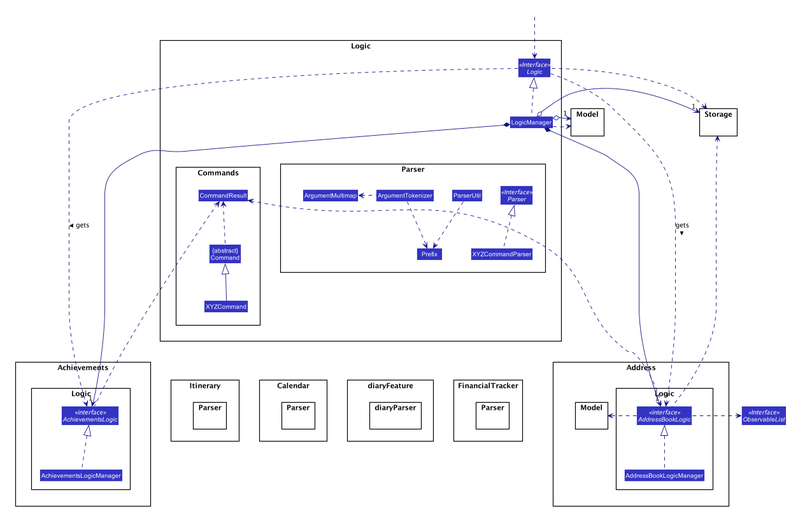
The PlantUML diagram images/BetterLogicClassDiagram.png in AY1920S1-CS2103T-T17-2/main, before a commit. Its diagram source:
```plantuml
@startuml








skinparam BackgroundColor #FFFFFFF

skinparam Shadowing false

skinparam Class {
    FontColor #FFFFFF
    BorderThickness 1
    BorderColor #FFFFFF
    StereotypeFontColor #FFFFFF
    FontName Arial
}

skinparam Actor {
    BorderColor #000000
    Color #000000
    FontName Arial
}

skinparam Sequence {
    MessageAlign center
    BoxFontSize 15
    BoxPadding 0
    BoxFontColor #FFFFFF
    FontName Arial
}

skinparam Participant {
    FontColor #FFFFFFF
    Padding 20
}

skinparam MinClassWidth 50
skinparam ParticipantPadding 10
skinparam Shadowing false
skinparam DefaultTextAlignment center
skinparam packageStyle Rectangle

hide footbox
hide members
hide circle
skinparam arrowThickness 1.1
skinparam arrowColor #101086
skinparam classBackgroundColor #3333C4

namespace Logic {
Interface Logic <<Interface>>
Class LogicManager
namespace Commands {
Class CommandResult
Class "{abstract}\nCommand" as Command
Class XYZCommand
}
namespace Parser {
Interface Parser <<Interface>>
Class ArgumentMultimap
Class ArgumentTokenizer
Class ParserUtil
Class Prefix
Class XYZCommandParser
}
}

namespace Storage {
}

namespace Model {
}


namespace Achievements {
namespace Logic {
interface AchievementsLogic <<interface>>
}
}

namespace Address {
namespace Model {
}
namespace Logic {
Interface AddressBookLogic <<interface>>
}
}

namespace Calendar {
namespace Parser {
}
}

namespace diaryFeature {
namespace diaryParser {
}
}

namespace FinancialTracker {
namespace Parser {
}
}

namespace Itinerary {
namespace Parser {
}
}

Interface ObservableList <<Interface>>
Class HiddenOutside #FFFFFF

HiddenOutside ..> Logic.Logic

Logic.Logic .left.> Storage
Logic.Logic .down.> Address.Logic.AddressBookLogic :gets >
Logic.Logic .down.> Achievements.Logic.AchievementsLogic :gets >

Logic.LogicManager .up.|> Logic.Logic
Logic.LogicManager ..> Model
Logic.LogicManager o-right-> "1" Storage
Logic.LogicManager o-right-> "1" Model
Logic.LogicManager *-down-> "1" Address.Logic.AddressBookLogic
Logic.LogicManager *-down-> "1" Achievements.Logic.AchievementsLogic

Logic.Commands.Command .up.> Logic.Commands.CommandResult

Logic.Commands.XYZCommand -up-|> Logic.Commands.Command

Logic.Parser.XYZCommandParser .up.|> Logic.Parser.Parser

Logic.Parser.ParserUtil .down.>Logic.Parser.Prefix

Logic.Parser.ArgumentTokenizer .left.> Logic.Parser.ArgumentMultimap
Logic.Parser.ArgumentTokenizer .down.> Logic.Parser.Prefix



Achievements.Logic.AchievementsLogic .up.> Logic.Commands.CommandResult

Achievements.Logic.AchievementsLogicManager .up.|> Achievements.Logic.AchievementsLogic



Address.Logic.AddressBookLogic .up.> Storage
Address.Logic.AddressBookLogic .up.> Logic.Commands.CommandResult
Address.Logic.AddressBookLogic .right.> ObservableList
Address.Logic.AddressBookLogic .right.> Address.Model

Address.Logic.AddressBookLogicManager .up.|> Address.Logic.AddressBookLogic


Logic.LogicManager .[hidden]left.> Storage
Logic.LogicManager .[hidden]down.> Achievements
Logic.LogicManager .[hidden]down.> Address
Logic.LogicManager .[hidden]down.> Logic.Commands
Logic.Commands.XYZCommand .[hidden]down.> Achievements
Logic.Commands.XYZCommand .[hidden]down.> Address
Logic.Commands.XYZCommand .[hidden]down.> Calendar
Logic.Commands.XYZCommand .[hidden]down.> diaryFeature
Logic.Commands.XYZCommand .[hidden]down.> FinancialTracker
Logic.Commands.XYZCommand .[hidden]down.> Itinerary
Logic.Commands .[hidden]left.> Logic.Parser
@enduml
```
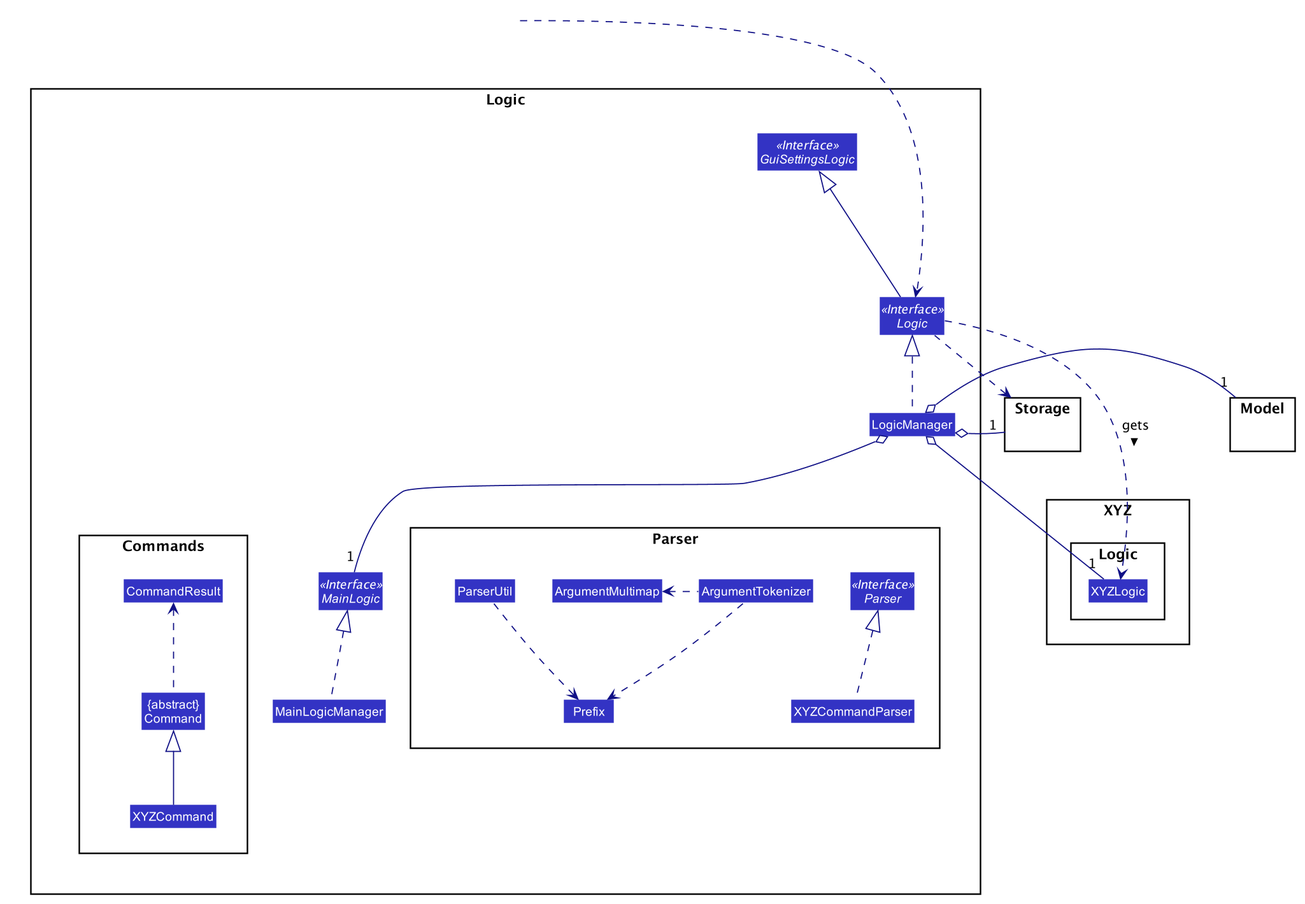
After the change.

Diff of the diagram source:
```diff
@@ -52,7 +52,10 @@
 skinparam classBackgroundColor #3333C4
 
 namespace Logic {
+Interface GuiSettingsLogic <<Interface>>
 Interface Logic <<Interface>>
+Interface MainLogic <<Interface>>
+class MainLogicManager
 Class LogicManager
 namespace Commands {
 Class CommandResult
@@ -76,55 +79,27 @@
 }
 
 
-namespace Achievements {
+namespace XYZ {
 namespace Logic {
-interface AchievementsLogic <<interface>>
+class XYZLogic
 }
 }
 
-namespace Address {
-namespace Model {
-}
-namespace Logic {
-Interface AddressBookLogic <<interface>>
-}
-}
-
-namespace Calendar {
-namespace Parser {
-}
-}
-
-namespace diaryFeature {
-namespace diaryParser {
-}
-}
-
-namespace FinancialTracker {
-namespace Parser {
-}
-}
-
-namespace Itinerary {
-namespace Parser {
-}
-}
-
-Interface ObservableList <<Interface>>
 Class HiddenOutside #FFFFFF
 
-HiddenOutside ..> Logic.Logic
+HiddenOutside .down.> Logic.Logic
 
+Logic.Logic --up-|> Logic.GuiSettingsLogic
 Logic.Logic .left.> Storage
-Logic.Logic .down.> Address.Logic.AddressBookLogic :gets >
-Logic.Logic .down.> Achievements.Logic.AchievementsLogic :gets >
+Logic.Logic .down.> XYZ.Logic.XYZLogic :gets >
 
 Logic.LogicManager .up.|> Logic.Logic
-Logic.LogicManager ..> Model
-Logic.LogicManager o-right-> "1" Storage
-Logic.LogicManager o-right-> "1" Model
-Logic.LogicManager *-down-> "1" Address.Logic.AddressBookLogic
-Logic.LogicManager *-down-> "1" Achievements.Logic.AchievementsLogic
+Logic.LogicManager o-right- "1" Storage
+Logic.LogicManager o-left- "1" Model
+Logic.LogicManager o-down- "1" Logic.MainLogic
+Logic.LogicManager o-down- "1" XYZ.Logic.XYZLogic
+
+Logic.MainLogicManager .up.|> Logic.MainLogic
 
 Logic.Commands.Command .up.> Logic.Commands.CommandResult
 
@@ -139,29 +114,10 @@
 
 
 
-Achievements.Logic.AchievementsLogic .up.> Logic.Commands.CommandResult
-
-Achievements.Logic.AchievementsLogicManager .up.|> Achievements.Logic.AchievementsLogic
-
-
-
-Address.Logic.AddressBookLogic .up.> Storage
-Address.Logic.AddressBookLogic .up.> Logic.Commands.CommandResult
-Address.Logic.AddressBookLogic .right.> ObservableList
-Address.Logic.AddressBookLogic .right.> Address.Model
-
-Address.Logic.AddressBookLogicManager .up.|> Address.Logic.AddressBookLogic
-
-
-Logic.LogicManager .[hidden]left.> Storage
-Logic.LogicManager .[hidden]down.> Achievements
-Logic.LogicManager .[hidden]down.> Address
+Logic .[hidden]up.> HiddenOutside
+Logic.LogicManager .[hidden]right.> Storage
 Logic.LogicManager .[hidden]down.> Logic.Commands
-Logic.Commands.XYZCommand .[hidden]down.> Achievements
-Logic.Commands.XYZCommand .[hidden]down.> Address
-Logic.Commands.XYZCommand .[hidden]down.> Calendar
-Logic.Commands.XYZCommand .[hidden]down.> diaryFeature
-Logic.Commands.XYZCommand .[hidden]down.> FinancialTracker
-Logic.Commands.XYZCommand .[hidden]down.> Itinerary
 Logic.Commands .[hidden]left.> Logic.Parser
+Logic.Parser .[hidden]left.> Logic.MainLogic
+Logic.Commands .[hidden]down.> Logic.Logic
 @enduml
```
